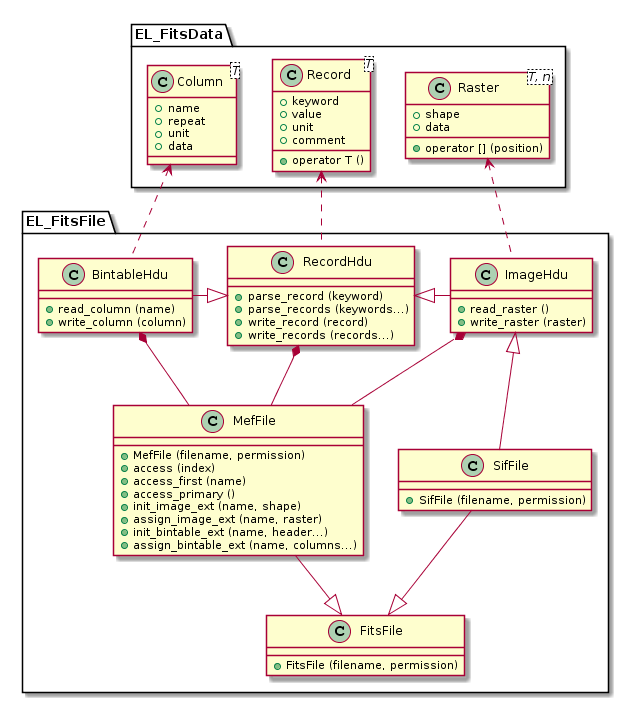
Earlier version of the PlantUML export doc/diagrams/out/FitsFile.png (CNES/EleFits). Source of this version:
```plantuml
@startuml
package EL_FitsFile {

RecordHdu <|- ImageHdu
BintableHdu -|> RecordHdu

BintableHdu *-- MefFile
RecordHdu *-- MefFile
ImageHdu *-- MefFile

MefFile --|> FitsFile
SifFile --|> FitsFile
ImageHdu <|-- SifFile

}

package EL_FitsData {

Raster <.. ImageHdu
Column <.. BintableHdu
Record <.. RecordHdu

}

class FitsFile {
+ FitsFile (filename, permission)
}

class MefFile {
+ MefFile (filename, permission)
+ access (index)
+ access_first (name)
+ access_primary ()
+ init_image_ext (name, shape)
+ assign_image_ext (name, raster)
+ init_bintable_ext (name, header...)
+ assign_bintable_ext (name, columns...)
}

class SifFile {
+ SifFile (filename, permission)
}

class RecordHdu {
+ parse_record (keyword)
+ parse_records (keywords...)
+ write_record (record)
+ write_records (records...)
}

class ImageHdu {
+ read_raster ()
+ write_raster (raster)
}

class BintableHdu {
+ read_column (name)
+ write_column (column)
}

class Record<T> {
+ keyword
+ value
+ unit
+ comment
+ operator T ()
}

class Raster<T, n> {
+ shape
+ data
+ operator [] (position)
}

class Column<T> {
+ name
+ repeat
+ unit
+ data
}
@enduml
```
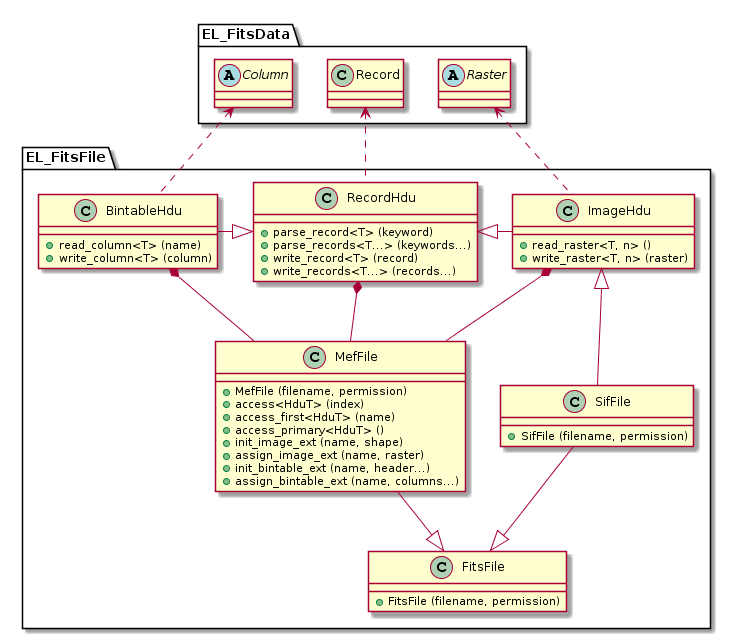
After the commit.

Commit message:
Update doc with new data classes

Diff of the diagram source:
```diff
@@ -28,9 +28,9 @@
 
 class MefFile {
 + MefFile (filename, permission)
-+ access (index)
-+ access_first (name)
-+ access_primary ()
++ access<HduT> (index)
++ access_first<HduT> (name)
++ access_primary<HduT> ()
 + init_image_ext (name, shape)
 + assign_image_ext (name, raster)
 + init_bintable_ext (name, header...)
@@ -42,40 +42,23 @@
 }
 
 class RecordHdu {
-+ parse_record (keyword)
-+ parse_records (keywords...)
-+ write_record (record)
-+ write_records (records...)
++ parse_record<T> (keyword)
++ parse_records<T...> (keywords...)
++ write_record<T> (record)
++ write_records<T...> (records...)
 }
 
 class ImageHdu {
-+ read_raster ()
-+ write_raster (raster)
++ read_raster<T, n> ()
++ write_raster<T, n> (raster)
 }
 
 class BintableHdu {
-+ read_column (name)
-+ write_column (column)
++ read_column<T> (name)
++ write_column<T> (column)
 }
 
-class Record<T> {
-+ keyword
-+ value
-+ unit
-+ comment
-+ operator T ()
-}
+abstract class Raster {}
 
-class Raster<T, n> {
-+ shape
-+ data
-+ operator [] (position)
-}
-
-class Column<T> {
-+ name
-+ repeat
-+ unit
-+ data
-}
+abstract class Column {}
 @enduml
```
